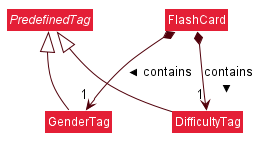
zhizhizhizhizhi/tp keeps this PlantUML diagram as docs/images/PredefinedTagClassDiagram.png. Above is the earlier version.
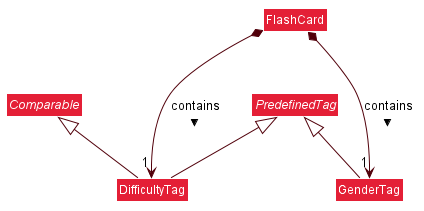
After the commit.

Commit message:
Update image for predefined tags

Change to the diagram source:
```diff
@@ -50,6 +50,8 @@
 skinparam arrowColor #51000A
 skinparam classBackgroundColor #E41F36
 
+interface Comparable
+
 abstract class PredefinedTag
 
 class GenderTag {
@@ -75,6 +77,9 @@
 PredefinedTag <|-- GenderTag
 FlashCard *--> "1" DifficultyTag : > contains
 FlashCard *--> "1" GenderTag : > contains
+Comparable <|-- DifficultyTag
+FlashCard -[hidden]-> PredefinedTag
+
 
 
 @enduml
```
